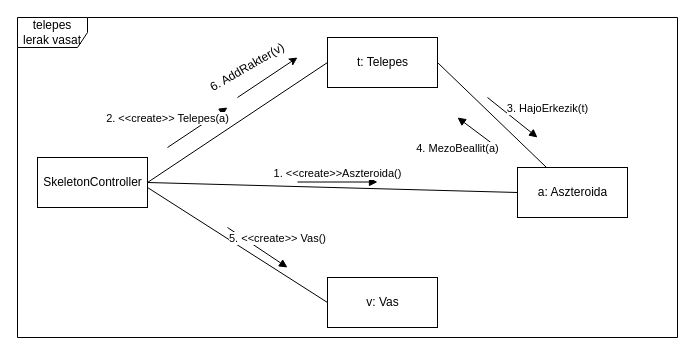
This is doc/kommunikacio/kom_VasLerak.drawio from torpeBoiGo/aszteroidabanyaszat, a draw.io file, before an edit. Source tidied: cells renumbered, new cells numbered last; positions are measured from the earlier drawing's top-left corner, leaving out a move shared by most shapes. Both pictures are drawn from the tidied source at 100%, with x=0, y=0 at pixel (17, 17).
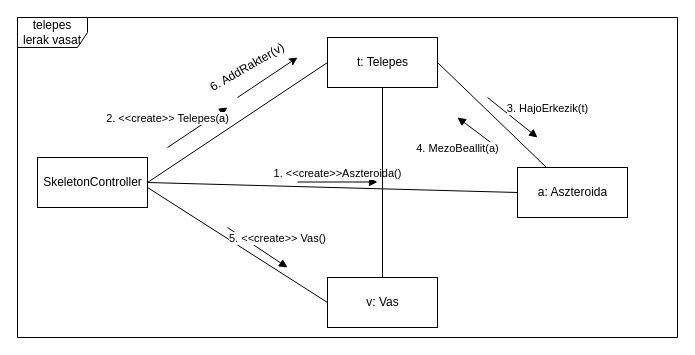
Above is the later version.

Commit message:
plusz vonal

The change refers to these unchanged cells:
```xml
<mxCell id="4" value="t: Telepes" style="html=1;" parent="1" vertex="1">
  <mxGeometry x="310" y="20" width="110" height="50" as="geometry" />
</mxCell>
<mxCell id="6" value="v: Vas" style="html=1;" parent="1" vertex="1">
  <mxGeometry x="310" y="260" width="110" height="50" as="geometry" />
</mxCell>
```

What changed in the source:
```diff
@@
+    <mxCell id="18" style="endArrow=none;html=1;" parent="1" edge="1" source="6" target="4">
+      <mxGeometry relative="1" as="geometry" />
+    </mxCell>
```
